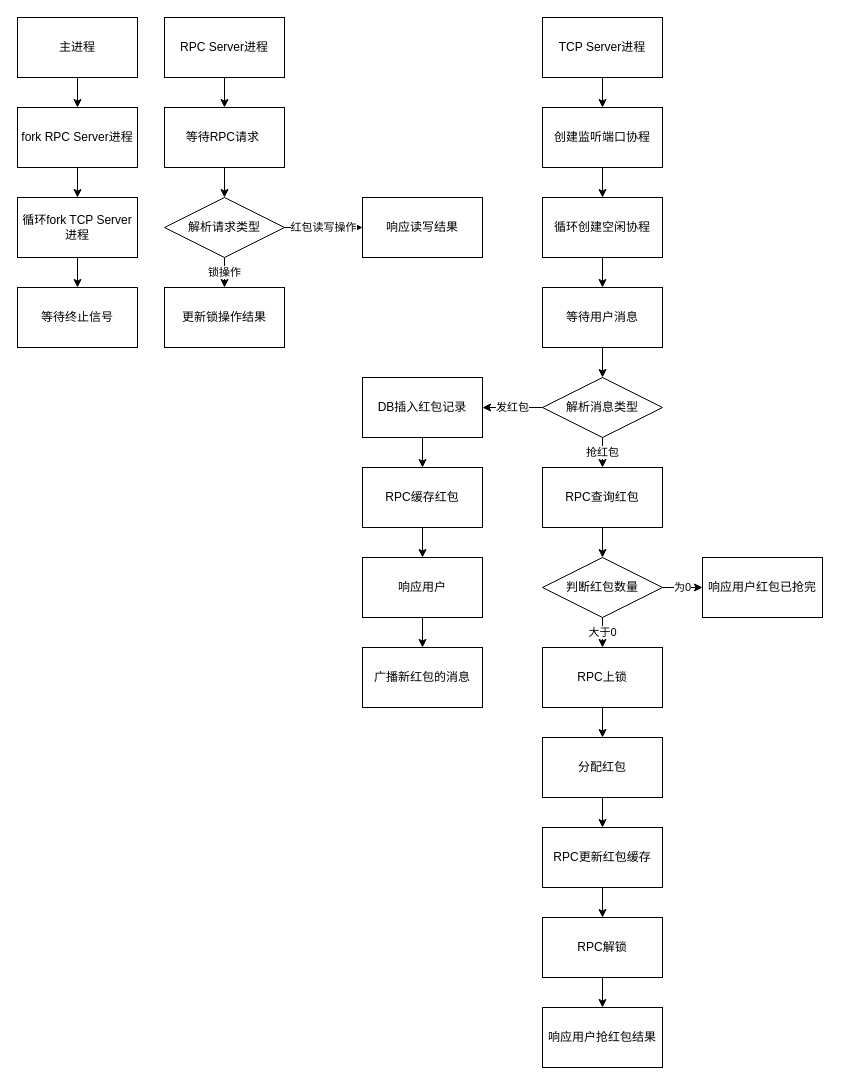
Rcklos/shiyue_homeworks keeps this draw.io diagram as red_paper_exam/figure/coroutine.drawio. Above is the earlier version. Source tidied: cells renumbered, new cells numbered last; positions are measured from the earlier drawing's top-left corner, leaving out a move shared by most shapes. Both pictures are drawn from the tidied source at 100%, with x=0, y=0 at pixel (17, 17).
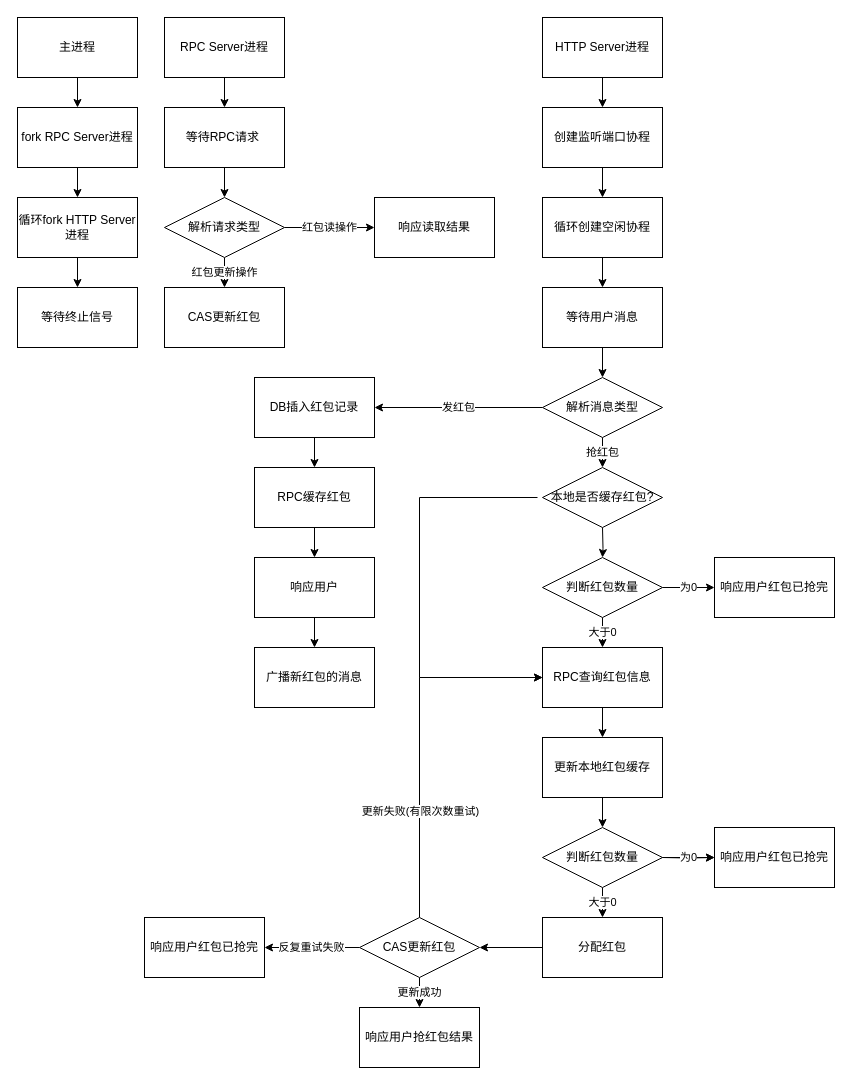
The same diagram, later.

Unchanged cells that the change refers to:
```xml
<mxCell id="14" value="解析请求类型" style="rhombus;whiteSpace=wrap;html=1;" parent="1" vertex="1">
  <mxGeometry x="147" y="180" width="120" height="60" as="geometry" />
</mxCell>
<mxCell id="27" value="解析消息类型" style="rhombus;whiteSpace=wrap;html=1;" parent="1" vertex="1">
  <mxGeometry x="525" y="360" width="120" height="60" as="geometry" />
</mxCell>
<mxCell id="39" value="判断红包数量" style="rhombus;whiteSpace=wrap;html=1;" parent="1" vertex="1">
  <mxGeometry x="525" y="540" width="120" height="60" as="geometry" />
</mxCell>
```

The edit, as a diff of the source:
```diff
@@
-    <mxCell id="5" value="循环fork TCP Server进程" style="whiteSpace=wrap;html=1;rounded=0;" parent="1" vertex="1">
+    <mxCell id="5" value="循环fork HTTP Server进程" style="whiteSpace=wrap;html=1;rounded=0;" parent="1" vertex="1">
       <mxGeometry y="180" width="120" height="60" as="geometry" />
     </mxCell>
@@
-    <mxCell id="12" value="红包读写操作" style="edgeStyle=orthogonalEdgeStyle;rounded=0;jettySize=auto;html=1;entryX=0;entryY=0.5;entryDx=0;entryDy=0;exitX=1;exitY=0.5;exitDx=0;exitDy=0;" parent="1" edge="1" source="14" target="15">
+    <mxCell id="12" value="红包读操作" style="edgeStyle=orthogonalEdgeStyle;rounded=0;jettySize=auto;html=1;entryX=0;entryY=0.5;entryDx=0;entryDy=0;exitX=1;exitY=0.5;exitDx=0;exitDy=0;" parent="1" edge="1" source="14" target="15">
       <mxGeometry relative="1" as="geometry">
         <Array as="points">
           <mxPoint x="325" y="210" />
           <mxPoint x="325" y="210" />
         </Array>
       </mxGeometry>
     </mxCell>
-    <mxCell id="13" value="锁操作" style="edgeStyle=orthogonalEdgeStyle;rounded=0;jettySize=auto;html=1;" parent="1" edge="1" source="14" target="47">
-      <mxGeometry relative="1" as="geometry" />
-    </mxCell>
+    <mxCell id="51" value="红包更新操作" style="edgeStyle=orthogonalEdgeStyle;rounded=0;jettySize=auto;html=1;" parent="1" edge="1" source="14" target="53">
+      <mxGeometry relative="1" as="geometry" />
+    </mxCell>
@@
-    <mxCell id="15" value="响应读写结果" style="rounded=0;whiteSpace=wrap;html=1;" parent="1" vertex="1">
-      <mxGeometry x="345" y="180" width="120" height="60" as="geometry" />
+    <mxCell id="15" value="响应读取结果" style="rounded=0;whiteSpace=wrap;html=1;" parent="1" vertex="1">
+      <mxGeometry x="357" y="180" width="120" height="60" as="geometry" />
     </mxCell>
@@
-    <mxCell id="18" value="TCP Server进程" style="whiteSpace=wrap;html=1;rounded=0;" parent="1" vertex="1">
+    <mxCell id="18" value="HTTP Server进程" style="whiteSpace=wrap;html=1;rounded=0;" parent="1" vertex="1">
       <mxGeometry x="525" width="120" height="60" as="geometry" />
     </mxCell>
@@
-    <mxCell id="26" value="抢红包" style="edgeStyle=orthogonalEdgeStyle;rounded=0;jettySize=auto;html=1;exitX=0.5;exitY=1;exitDx=0;exitDy=0;entryX=0.5;entryY=0;entryDx=0;entryDy=0;" parent="1" edge="1" source="27" target="36">
+    <mxCell id="26" value="抢红包" style="edgeStyle=orthogonalEdgeStyle;rounded=0;jettySize=auto;html=1;exitX=0.5;exitY=1;exitDx=0;exitDy=0;entryX=0.5;entryY=0;entryDx=0;entryDy=0;" parent="1" edge="1" source="27" target="55">
       <mxGeometry relative="1" as="geometry" />
     </mxCell>
@@
     <mxCell id="29" value="DB插入红包记录" style="whiteSpace=wrap;html=1;" parent="1" vertex="1">
-      <mxGeometry x="345" y="360" width="120" height="60" as="geometry" />
+      <mxGeometry x="237" y="360" width="120" height="60" as="geometry" />
     </mxCell>
@@
     <mxCell id="31" value="RPC缓存红包" style="whiteSpace=wrap;html=1;" parent="1" vertex="1">
-      <mxGeometry x="345" y="450" width="120" height="60" as="geometry" />
+      <mxGeometry x="237" y="450" width="120" height="60" as="geometry" />
     </mxCell>
@@
     <mxCell id="33" value="响应用户" style="whiteSpace=wrap;html=1;" parent="1" vertex="1">
-      <mxGeometry x="345" y="540" width="120" height="60" as="geometry" />
+      <mxGeometry x="237" y="540" width="120" height="60" as="geometry" />
     </mxCell>
     <mxCell id="34" value="广播新红包的消息" style="whiteSpace=wrap;html=1;" parent="1" vertex="1">
-      <mxGeometry x="345" y="630" width="120" height="60" as="geometry" />
+      <mxGeometry x="237" y="630" width="120" height="60" as="geometry" />
     </mxCell>
-    <mxCell id="35" style="edgeStyle=orthogonalEdgeStyle;rounded=0;jettySize=auto;html=1;" parent="1" edge="1" source="36" target="39">
-      <mxGeometry relative="1" as="geometry" />
+    <mxCell id="35" style="edgeStyle=orthogonalEdgeStyle;rounded=0;jettySize=auto;html=1;" parent="1" edge="1" target="39">
+      <mxGeometry relative="1" as="geometry">
+        <mxPoint x="585" y="510" as="sourcePoint" />
+      </mxGeometry>
     </mxCell>
-    <mxCell id="36" value="RPC查询红包" style="whiteSpace=wrap;html=1;" parent="1" vertex="1">
-      <mxGeometry x="525" y="450" width="120" height="60" as="geometry" />
-    </mxCell>
@@
-    <mxCell id="38" value="大于0" style="edgeStyle=orthogonalEdgeStyle;rounded=0;jettySize=auto;html=1;" parent="1" edge="1" source="39" target="42">
-      <mxGeometry relative="1" as="geometry" />
-    </mxCell>
+    <mxCell id="52" value="大于0" style="edgeStyle=orthogonalEdgeStyle;rounded=0;jettySize=auto;html=1;exitX=0.5;exitY=1;exitDx=0;exitDy=0;" parent="1" edge="1" source="39" target="57">
+      <mxGeometry relative="1" as="geometry" />
+    </mxCell>
@@
     <mxCell id="40" value="响应用户红包已抢完" style="whiteSpace=wrap;html=1;" parent="1" vertex="1">
-      <mxGeometry x="685" y="540" width="120" height="60" as="geometry" />
+      <mxGeometry x="697" y="540" width="120" height="60" as="geometry" />
     </mxCell>
-    <mxCell id="41" style="edgeStyle=orthogonalEdgeStyle;rounded=0;jettySize=auto;html=1;" parent="1" edge="1" source="42" target="44">
-      <mxGeometry relative="1" as="geometry" />
-    </mxCell>
-    <mxCell id="42" value="RPC上锁" style="whiteSpace=wrap;html=1;" parent="1" vertex="1">
-      <mxGeometry x="525" y="630" width="120" height="60" as="geometry" />
-    </mxCell>
-    <mxCell id="43" style="edgeStyle=orthogonalEdgeStyle;rounded=0;jettySize=auto;html=1;" parent="1" edge="1" source="44" target="46">
-      <mxGeometry relative="1" as="geometry" />
-    </mxCell>
+    <mxCell id="53" value="CAS更新红包" style="rounded=0;whiteSpace=wrap;html=1;" parent="1" vertex="1">
+      <mxGeometry x="147" y="270" width="120" height="60" as="geometry" />
+    </mxCell>
+    <mxCell id="54" style="edgeStyle=orthogonalEdgeStyle;rounded=0;jettySize=auto;html=1;entryX=0;entryY=0.5;entryDx=0;entryDy=0;" parent="1" edge="1" target="57">
+      <mxGeometry relative="1" as="geometry">
+        <mxPoint x="520" y="480" as="sourcePoint" />
+        <Array as="points">
+          <mxPoint x="402" y="480" />
+          <mxPoint x="402" y="660" />
+        </Array>
+      </mxGeometry>
+    </mxCell>
+    <mxCell id="55" value="本地是否缓存红包?" style="rhombus;whiteSpace=wrap;html=1;" parent="1" vertex="1">
+      <mxGeometry x="525" y="450" width="120" height="60" as="geometry" />
+    </mxCell>
+    <mxCell id="56" style="edgeStyle=orthogonalEdgeStyle;rounded=0;jettySize=auto;html=1;" parent="1" edge="1" source="57" target="59">
+      <mxGeometry relative="1" as="geometry" />
+    </mxCell>
+    <mxCell id="57" value="RPC查询红包信息" style="whiteSpace=wrap;html=1;" parent="1" vertex="1">
+      <mxGeometry x="525" y="630" width="120" height="60" as="geometry" />
+    </mxCell>
+    <mxCell id="58" style="edgeStyle=orthogonalEdgeStyle;rounded=0;jettySize=auto;html=1;entryX=0.5;entryY=0;entryDx=0;entryDy=0;" parent="1" edge="1" source="59" target="62">
+      <mxGeometry relative="1" as="geometry" />
+    </mxCell>
+    <mxCell id="59" value="更新本地红包缓存" style="whiteSpace=wrap;html=1;" parent="1" vertex="1">
+      <mxGeometry x="525" y="720" width="120" height="60" as="geometry" />
+    </mxCell>
+    <mxCell id="60" style="edgeStyle=orthogonalEdgeStyle;rounded=0;jettySize=auto;html=1;" parent="1" edge="1" source="62" target="64">
+      <mxGeometry relative="1" as="geometry" />
+    </mxCell>
+    <mxCell id="61" value="大于0" style="edgeStyle=orthogonalEdgeStyle;rounded=0;jettySize=auto;html=1;entryX=0.5;entryY=0;entryDx=0;entryDy=0;" parent="1" edge="1" source="62" target="44">
+      <mxGeometry relative="1" as="geometry" />
+    </mxCell>
+    <mxCell id="62" value="判断红包数量" style="rhombus;whiteSpace=wrap;html=1;" parent="1" vertex="1">
+      <mxGeometry x="525" y="810" width="120" height="60" as="geometry" />
+    </mxCell>
+    <mxCell id="63" value="为0" style="edgeStyle=orthogonalEdgeStyle;rounded=0;jettySize=auto;html=1;entryX=0;entryY=0.5;entryDx=0;entryDy=0;" parent="1" edge="1" target="64">
+      <mxGeometry relative="1" as="geometry">
+        <mxPoint x="645" y="840" as="sourcePoint" />
+      </mxGeometry>
+    </mxCell>
+    <mxCell id="64" value="响应用户红包已抢完" style="whiteSpace=wrap;html=1;" parent="1" vertex="1">
+      <mxGeometry x="697" y="810" width="120" height="60" as="geometry" />
+    </mxCell>
+    <mxCell id="65" style="edgeStyle=orthogonalEdgeStyle;rounded=0;jettySize=auto;html=1;entryX=1;entryY=0.5;entryDx=0;entryDy=0;" parent="1" edge="1" source="44" target="70">
+      <mxGeometry relative="1" as="geometry" />
+    </mxCell>
     <mxCell id="44" value="分配红包" style="whiteSpace=wrap;html=1;" parent="1" vertex="1">
-      <mxGeometry x="525" y="720" width="120" height="60" as="geometry" />
+      <mxGeometry x="525" y="900" width="120" height="60" as="geometry" />
     </mxCell>
-    <mxCell id="45" style="edgeStyle=orthogonalEdgeStyle;rounded=0;jettySize=auto;html=1;" parent="1" edge="1" source="46" target="49">
-      <mxGeometry relative="1" as="geometry" />
-    </mxCell>
-    <mxCell id="46" value="RPC更新红包缓存" style="whiteSpace=wrap;html=1;" parent="1" vertex="1">
-      <mxGeometry x="525" y="810" width="120" height="60" as="geometry" />
-    </mxCell>
-    <mxCell id="47" value="更新锁操作结果" style="whiteSpace=wrap;html=1;" parent="1" vertex="1">
-      <mxGeometry x="147" y="270" width="120" height="60" as="geometry" />
-    </mxCell>
-    <mxCell id="48" style="edgeStyle=orthogonalEdgeStyle;rounded=0;jettySize=auto;html=1;" parent="1" edge="1" source="49" target="50">
-      <mxGeometry relative="1" as="geometry" />
-    </mxCell>
-    <mxCell id="49" value="RPC解锁" style="whiteSpace=wrap;html=1;" parent="1" vertex="1">
-      <mxGeometry x="525" y="900" width="120" height="60" as="geometry" />
-    </mxCell>
+    <mxCell id="66" style="edgeStyle=orthogonalEdgeStyle;rounded=0;jettySize=auto;html=1;entryX=0;entryY=0.5;entryDx=0;entryDy=0;" parent="1" edge="1" source="70" target="57">
+      <mxGeometry relative="1" as="geometry">
+        <Array as="points">
+          <mxPoint x="402" y="660" />
+        </Array>
+      </mxGeometry>
+    </mxCell>
+    <mxCell id="67" value="更新失败(有限次数重试)" style="edgeLabel;html=1;align=center;verticalAlign=middle;" parent="66" vertex="1">
+      <mxGeometry x="-0.41" y="-3" relative="1" as="geometry">
+        <mxPoint x="-3" as="offset" />
+      </mxGeometry>
+    </mxCell>
+    <mxCell id="68" value="更新成功" style="edgeStyle=orthogonalEdgeStyle;rounded=0;jettySize=auto;html=1;" parent="1" edge="1" source="70" target="50">
+      <mxGeometry relative="1" as="geometry" />
+    </mxCell>
+    <mxCell id="69" value="反复重试失败" style="edgeStyle=orthogonalEdgeStyle;rounded=0;jettySize=auto;html=1;" parent="1" edge="1" source="70" target="71">
+      <mxGeometry relative="1" as="geometry" />
+    </mxCell>
+    <mxCell id="70" value="CAS更新红包" style="rhombus;whiteSpace=wrap;html=1;" parent="1" vertex="1">
+      <mxGeometry x="342" y="900" width="120" height="60" as="geometry" />
+    </mxCell>
     <mxCell id="50" value="响应用户抢红包结果" style="whiteSpace=wrap;html=1;" parent="1" vertex="1">
-      <mxGeometry x="525" y="990" width="120" height="60" as="geometry" />
+      <mxGeometry x="342" y="990" width="120" height="60" as="geometry" />
     </mxCell>
+    <mxCell id="71" value="响应用户红包已抢完" style="whiteSpace=wrap;html=1;" parent="1" vertex="1">
+      <mxGeometry x="127" y="900" width="120" height="60" as="geometry" />
+    </mxCell>
```
